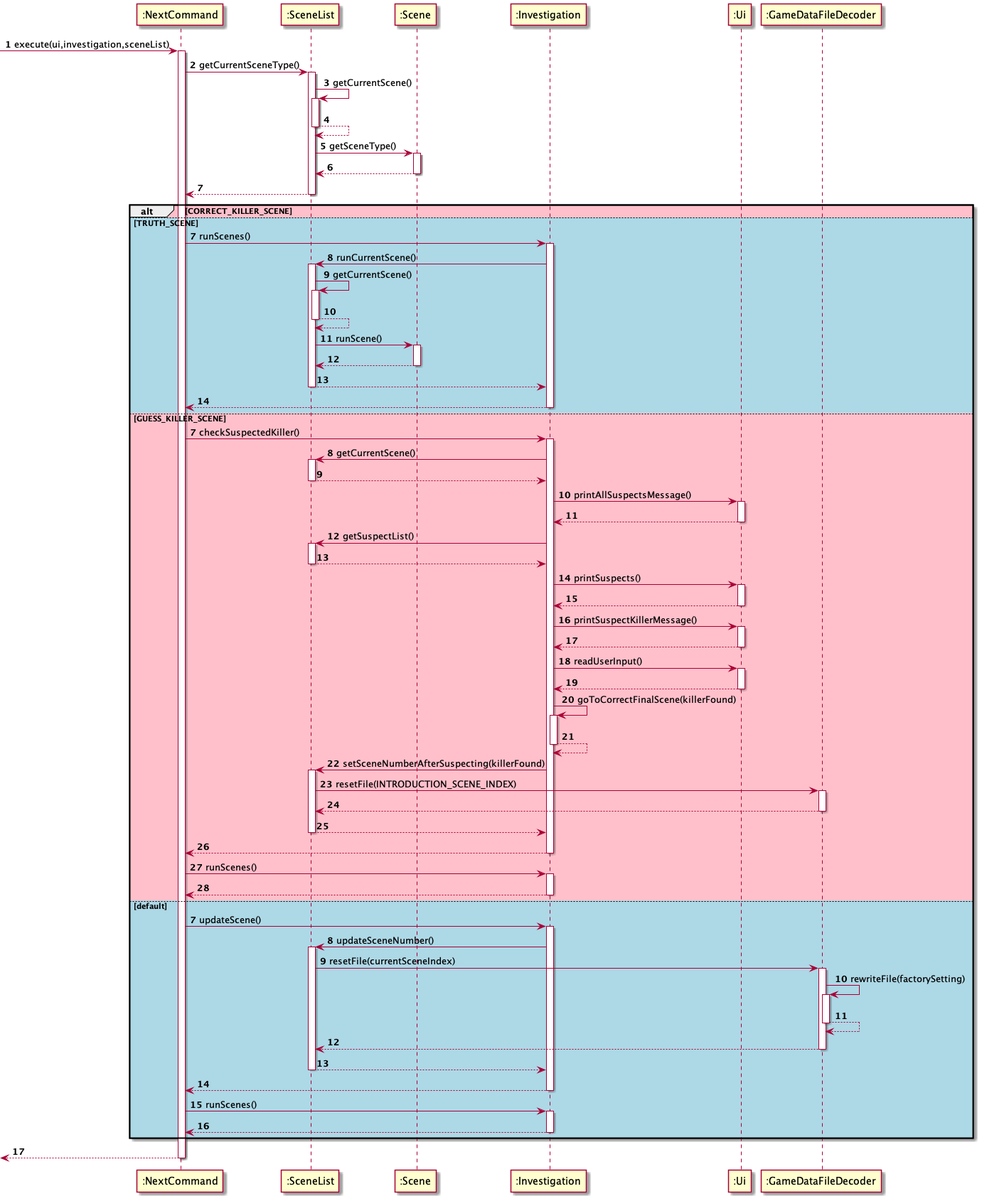
This is docs/next_command_sequence_diagram.png from peng-217/tp, a PlantUML export, as it was before one commit.
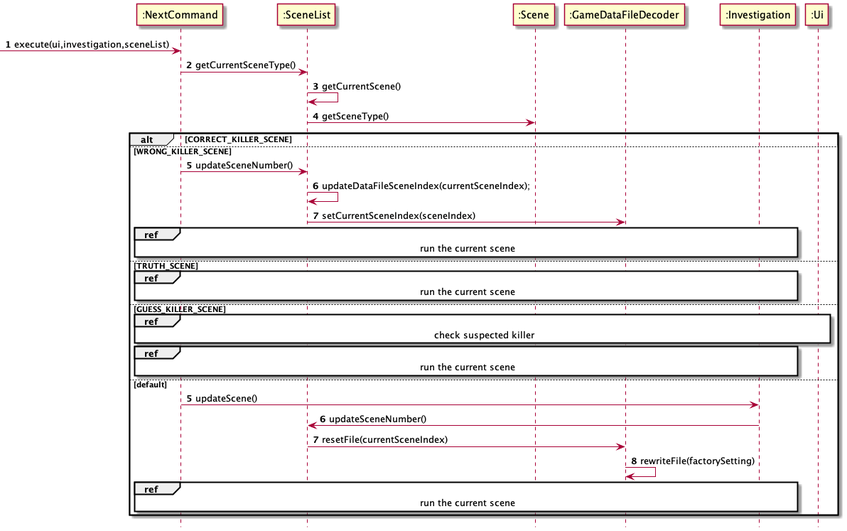
The same diagram one commit later.

Commit message:
Update sequence diagram for command class

Diff of the diagram source:
```diff
@@ -1,117 +1,38 @@
 @startuml
 autonumber
+hide footbox
+
+-> ":NextCommand": execute(ui,investigation,sceneList)
+":NextCommand" -> ":SceneList": getCurrentSceneType()
+":SceneList" -> ":SceneList": getCurrentScene()
+":SceneList" -> ":Scene": getSceneType()
+
+alt #white CORRECT_KILLER_SCENE
+
+autonumber 5
+else WRONG_KILLER_SCENE
+    ":NextCommand" -> ":SceneList": updateSceneNumber()
+    ":SceneList" -> ":SceneList": updateDataFileSceneIndex(currentSceneIndex);
+    ":SceneList" -> ":GameDataFileDecoder": setCurrentSceneIndex(sceneIndex)
+    ref over ":NextCommand", ":Investigation", ":SceneList", ":Scene": run the current scene
+
+autonumber 5
+else TRUTH_SCENE
+    ref over ":NextCommand", ":Investigation", ":SceneList", ":Scene": run the current scene
+
+autonumber 5
+else GUESS_KILLER_SCENE
+    ref over ":NextCommand", ":Investigation", ":SceneList", ":Scene", ":Ui": check suspected killer
+    ref over ":NextCommand", ":Investigation", ":SceneList", ":Scene": run the current scene
+
+autonumber 5
+else default
+    ":NextCommand" -> ":Investigation": updateScene()
+    ":Investigation" -> ":SceneList": updateSceneNumber()
+    ":SceneList" -> ":GameDataFileDecoder": resetFile(currentSceneIndex)
+    ":GameDataFileDecoder" -> ":GameDataFileDecoder": rewriteFile(factorySetting)
+    ref over ":NextCommand", ":Investigation", ":SceneList", ":Scene": run the current scene
+end
 
 
--> ":NextCommand": execute(ui,investigation,sceneList)
-activate ":NextCommand"
-":NextCommand" -> ":SceneList": getCurrentSceneType()
-activate ":SceneList"
-":SceneList" -> ":SceneList": getCurrentScene()
-activate ":SceneList"
-return
-":SceneList" -> ":Scene": getSceneType()
-activate ":Scene"
-":SceneList" <-- ":Scene"
-deactivate ":Scene"
-":NextCommand" <-- ":SceneList"
-deactivate ":SceneList"
-alt #pink CORRECT_KILLER_SCENE
-
-autonumber 7
-
-else #lightBlue TRUTH_SCENE
-
-    ":NextCommand" -> ":Investigation": runScenes()
-    activate ":Investigation"
-    ":Investigation" -> ":SceneList": runCurrentScene()
-    activate ":SceneList"
-    ":SceneList" -> ":SceneList": getCurrentScene()
-    activate ":SceneList"
-    return
-    ":SceneList" -> ":Scene": runScene()
-    activate ":Scene"
-    ":SceneList" <-- ":Scene"
-    deactivate ":Scene"
-    ":Investigation" <-- ":SceneList"
-    deactivate ":SceneList"
-    ":NextCommand" <-- ":Investigation"
-    deactivate ":Investigation"
-
-
-autonumber 7
-
-else #pink GUESS_KILLER_SCENE
-
-    ":NextCommand" -> ":Investigation": checkSuspectedKiller()
-    activate ":Investigation"
-    ":Investigation" -> ":SceneList": getCurrentScene()
-    activate ":SceneList"
-    ":Investigation" <-- ":SceneList"
-    deactivate ":SceneList"
-    ":Investigation" -> ":Ui": printAllSuspectsMessage()
-    activate ":Ui"
-    ":Investigation" <-- ":Ui"
-    deactivate ":Ui"
-    ":Investigation" -> ":SceneList": getSuspectList()
-    activate ":SceneList"
-    ":Investigation" <-- ":SceneList"
-    deactivate ":SceneList"
-    ":Investigation" -> ":Ui": printSuspects()
-    activate ":Ui"
-    ":Investigation" <-- ":Ui"
-    deactivate ":Ui"
-    ":Investigation" -> ":Ui": printSuspectKillerMessage()
-    activate ":Ui"
-    ":Investigation" <-- ":Ui"
-    deactivate ":Ui"
-    ":Investigation" -> ":Ui": readUserInput()
-    activate ":Ui"
-    ":Investigation" <-- ":Ui"
-    deactivate ":Ui"
-    ":Investigation" -> ":Investigation": goToCorrectFinalScene(killerFound)
-    activate ":Investigation"
-    return
-    ":Investigation" -> ":SceneList": setSceneNumberAfterSuspecting(killerFound)
-    activate ":SceneList"
-    ":SceneList" -> ":GameDataFileDecoder": resetFile(INTRODUCTION_SCENE_INDEX)
-    activate ":GameDataFileDecoder"
-    ":SceneList" <-- ":GameDataFileDecoder"
-    deactivate ":GameDataFileDecoder"
-    ":Investigation" <-- ":SceneList"
-    deactivate ":SceneList"
-    ":NextCommand" <-- ":Investigation"
-    deactivate ":Investigation"
-    ":NextCommand" -> ":Investigation": runScenes()
-    activate ":Investigation"
-    ":NextCommand" <-- ":Investigation"
-    deactivate ":Investigation"
-
-
-autonumber 7
-
-else #lightBlue default
-
-    ":NextCommand" -> ":Investigation": updateScene()
-    activate ":Investigation"
-    ":Investigation" -> ":SceneList": updateSceneNumber()
-    activate ":SceneList"
-    ":SceneList" -> ":GameDataFileDecoder": resetFile(currentSceneIndex)
-    activate ":GameDataFileDecoder"
-    ":GameDataFileDecoder" -> ":GameDataFileDecoder": rewriteFile(factorySetting)
-    activate ":GameDataFileDecoder"
-    return
-    ":SceneList" <-- ":GameDataFileDecoder"
-    deactivate ":GameDataFileDecoder"
-    ":Investigation" <-- ":SceneList"
-    deactivate ":SceneList"
-    ":NextCommand" <-- ":Investigation"
-    deactivate ":Investigation"
-    ":NextCommand" -> ":Investigation": runScenes()
-    activate ":Investigation"
-    ":NextCommand" <-- ":Investigation"
-    deactivate ":Investigation"
-end
-<-- ":NextCommand"
-deactivate ":NextCommand"
-
 @enduml
```
